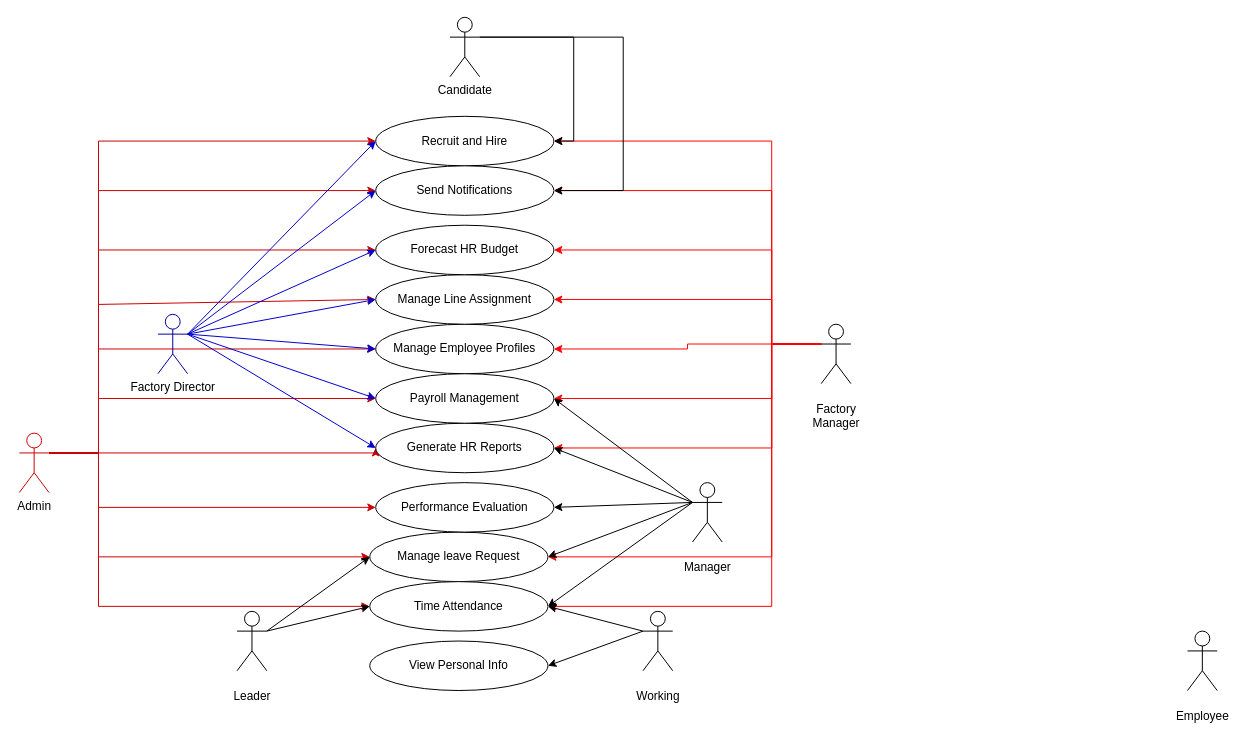
Earlier version of the draw.io diagram page "UC2" (2 of 2) of MayProHR.drawio (BuiCongTu/MayProHR). Source tidied: cells renumbered, new cells numbered last; positions are measured from the earlier drawing's top-left corner, leaving out a move shared by most shapes. Both pictures are drawn from the tidied source at 99%, with x=0, y=0 at pixel (19, 17).
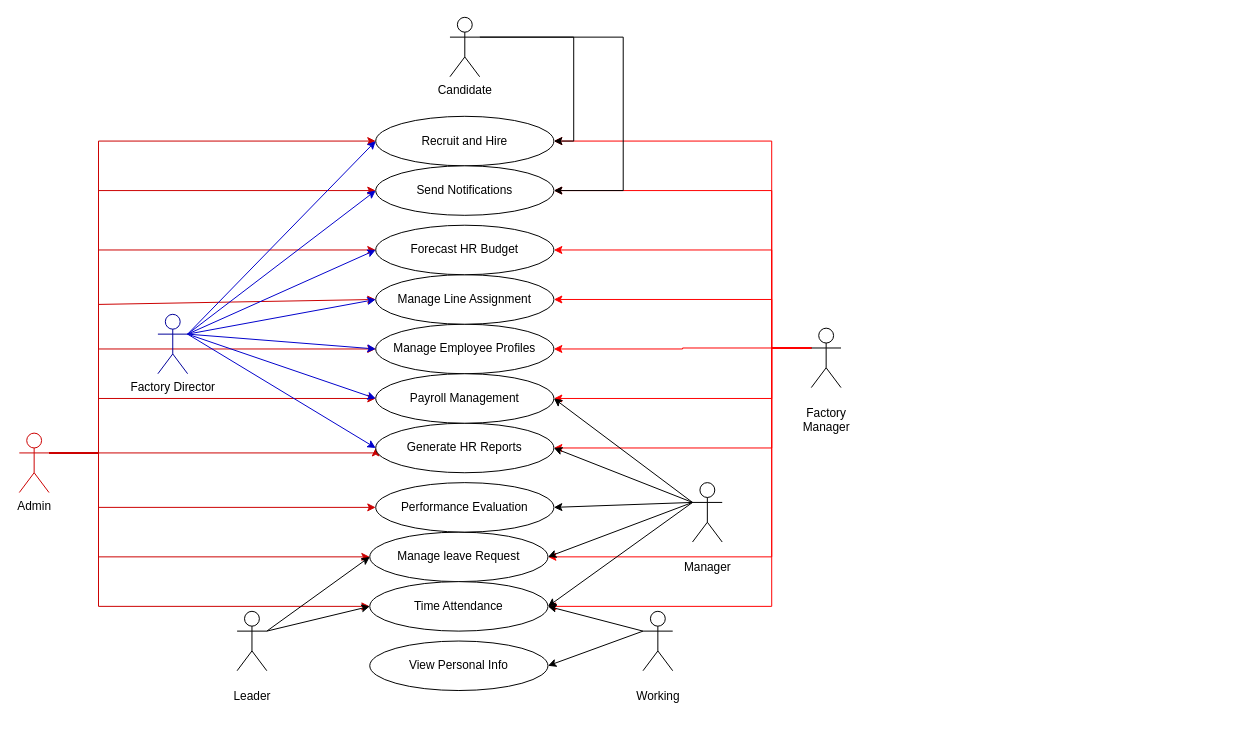
The same page after the edit.

The change refers to these unchanged cells:
```xml
<mxCell id="12" value="&lt;p style=&quot;white-space-collapse: preserve;&quot; dir=&quot;auto&quot;&gt;Recruit and Hire&lt;/p&gt;" style="ellipse;whiteSpace=wrap;html=1;" parent="1" vertex="1">
  <mxGeometry x="360" y="100" width="180" height="50" as="geometry" />
</mxCell>
<mxCell id="14" value="&lt;p style=&quot;white-space-collapse: preserve;&quot; dir=&quot;auto&quot;&gt;Generate HR Reports&lt;/p&gt;" style="ellipse;whiteSpace=wrap;html=1;" parent="1" vertex="1">
  <mxGeometry x="360" y="410" width="180" height="50" as="geometry" />
</mxCell>
<mxCell id="15" value="&lt;p style=&quot;white-space-collapse: preserve;&quot; dir=&quot;auto&quot;&gt;Payroll Management&lt;/p&gt;" style="ellipse;whiteSpace=wrap;html=1;" parent="1" vertex="1">
  <mxGeometry x="360" y="360" width="180" height="50" as="geometry" />
</mxCell>
<mxCell id="17" value="&lt;p style=&quot;white-space-collapse: preserve;&quot; dir=&quot;auto&quot;&gt;Manage leave Request&lt;/p&gt;" style="ellipse;whiteSpace=wrap;html=1;" parent="1" vertex="1">
  <mxGeometry x="354" y="520" width="180" height="50" as="geometry" />
</mxCell>
<mxCell id="32" value="&lt;p style=&quot;white-space-collapse: preserve;&quot; dir=&quot;auto&quot;&gt;Send Notifications&lt;/p&gt;" style="ellipse;whiteSpace=wrap;html=1;" parent="1" vertex="1">
  <mxGeometry x="360" y="150" width="180" height="50" as="geometry" />
</mxCell>
<mxCell id="33" value="&lt;p style=&quot;white-space-collapse: preserve;&quot; dir=&quot;auto&quot;&gt;Manage Line Assignment&lt;/p&gt;" style="ellipse;whiteSpace=wrap;html=1;" parent="1" vertex="1">
  <mxGeometry x="360" y="260" width="180" height="50" as="geometry" />
</mxCell>
<mxCell id="36" value="&lt;p style=&quot;white-space-collapse: preserve;&quot; dir=&quot;auto&quot;&gt;Forecast HR Budget&lt;/p&gt;" style="ellipse;whiteSpace=wrap;html=1;" parent="1" vertex="1">
  <mxGeometry x="360" y="210" width="180" height="50" as="geometry" />
</mxCell>
<mxCell id="38" value="&lt;p style=&quot;white-space-collapse: preserve;&quot; dir=&quot;auto&quot;&gt;Time Attendance&lt;/p&gt;" style="ellipse;whiteSpace=wrap;html=1;" parent="1" vertex="1">
  <mxGeometry x="354" y="570" width="180" height="50" as="geometry" />
</mxCell>
```

What changed in the source:
```diff
@@
     <mxCell id="18" style="edgeStyle=orthogonalEdgeStyle;rounded=0;jettySize=auto;html=1;exitX=0;exitY=0.3333333333333333;exitDx=0;exitDy=0;exitPerimeter=0;entryX=1;entryY=0.5;entryDx=0;entryDy=0;strokeColor=#FF0000;" parent="1" edge="1" source="27" target="32">
       <mxGeometry relative="1" as="geometry">
         <Array as="points">
-          <mxPoint x="760" y="330" />
+          <mxPoint x="760" y="334" />
           <mxPoint x="760" y="175" />
         </Array>
       </mxGeometry>
     </mxCell>
     <mxCell id="19" style="edgeStyle=orthogonalEdgeStyle;rounded=0;jettySize=auto;html=1;exitX=0;exitY=0.3333333333333333;exitDx=0;exitDy=0;exitPerimeter=0;entryX=1;entryY=0.5;entryDx=0;entryDy=0;strokeColor=#FF0000;" parent="1" edge="1" source="27" target="12">
       <mxGeometry relative="1" as="geometry">
         <Array as="points">
-          <mxPoint x="760" y="330" />
+          <mxPoint x="760" y="334" />
           <mxPoint x="760" y="125" />
         </Array>
       </mxGeometry>
     </mxCell>
     <mxCell id="20" style="edgeStyle=orthogonalEdgeStyle;rounded=0;jettySize=auto;html=1;exitX=0;exitY=0.3333333333333333;exitDx=0;exitDy=0;exitPerimeter=0;entryX=1;entryY=0.5;entryDx=0;entryDy=0;strokeColor=#FF0000;" parent="1" edge="1" source="27" target="36">
       <mxGeometry relative="1" as="geometry">
         <Array as="points">
-          <mxPoint x="760" y="330" />
+          <mxPoint x="760" y="334" />
           <mxPoint x="760" y="235" />
         </Array>
       </mxGeometry>
     </mxCell>
     <mxCell id="21" style="edgeStyle=orthogonalEdgeStyle;rounded=0;jettySize=auto;html=1;exitX=0;exitY=0.3333333333333333;exitDx=0;exitDy=0;exitPerimeter=0;strokeColor=#FF0000;" parent="1" edge="1" source="27" target="14">
       <mxGeometry relative="1" as="geometry">
         <Array as="points">
-          <mxPoint x="760" y="330" />
+          <mxPoint x="760" y="334" />
           <mxPoint x="760" y="435" />
         </Array>
       </mxGeometry>
     </mxCell>
@@
     <mxCell id="23" style="edgeStyle=orthogonalEdgeStyle;rounded=0;jettySize=auto;html=1;exitX=0;exitY=0.3333333333333333;exitDx=0;exitDy=0;exitPerimeter=0;entryX=1;entryY=0.5;entryDx=0;entryDy=0;strokeColor=#FF0000;" parent="1" edge="1" source="27" target="15">
       <mxGeometry relative="1" as="geometry">
         <Array as="points">
-          <mxPoint x="760" y="330" />
+          <mxPoint x="760" y="334" />
           <mxPoint x="760" y="385" />
         </Array>
       </mxGeometry>
     </mxCell>
     <mxCell id="24" style="edgeStyle=orthogonalEdgeStyle;rounded=0;jettySize=auto;html=1;exitX=0;exitY=0.3333333333333333;exitDx=0;exitDy=0;exitPerimeter=0;entryX=1;entryY=0.5;entryDx=0;entryDy=0;strokeColor=#FF0000;" parent="1" edge="1" source="27" target="33">
       <mxGeometry relative="1" as="geometry">
         <Array as="points">
-          <mxPoint x="760" y="330" />
+          <mxPoint x="760" y="334" />
           <mxPoint x="760" y="285" />
         </Array>
       </mxGeometry>
     </mxCell>
     <mxCell id="25" style="edgeStyle=orthogonalEdgeStyle;rounded=0;jettySize=auto;html=1;exitX=0;exitY=0.3333333333333333;exitDx=0;exitDy=0;exitPerimeter=0;entryX=1;entryY=0.5;entryDx=0;entryDy=0;strokeColor=#FF0000;" parent="1" edge="1" source="27" target="17">
       <mxGeometry relative="1" as="geometry">
         <Array as="points">
-          <mxPoint x="760" y="330" />
+          <mxPoint x="760" y="334" />
           <mxPoint x="760" y="545" />
         </Array>
       </mxGeometry>
     </mxCell>
     <mxCell id="26" style="edgeStyle=orthogonalEdgeStyle;rounded=0;jettySize=auto;html=1;exitX=0;exitY=0.3333333333333333;exitDx=0;exitDy=0;exitPerimeter=0;entryX=1;entryY=0.5;entryDx=0;entryDy=0;strokeColor=#FF0000;" parent="1" edge="1" source="27" target="38">
       <mxGeometry relative="1" as="geometry">
         <Array as="points">
-          <mxPoint x="760" y="330" />
+          <mxPoint x="760" y="334" />
           <mxPoint x="760" y="595" />
         </Array>
       </mxGeometry>
     </mxCell>
     <mxCell id="27" value="&lt;p style=&quot;white-space: pre-wrap;&quot; dir=&quot;auto&quot;&gt;Factory Manager&lt;/p&gt;" style="shape=umlActor;verticalLabelPosition=bottom;verticalAlign=top;html=1;outlineConnect=0;" parent="1" vertex="1">
-      <mxGeometry x="810" y="310" width="30" height="60" as="geometry" />
+      <mxGeometry x="800" y="314" width="30" height="60" as="geometry" />
     </mxCell>
@@
-    <mxCell id="37" value="&lt;p style=&quot;white-space: pre-wrap;&quot; dir=&quot;auto&quot;&gt;Employee&lt;/p&gt;" style="shape=umlActor;verticalLabelPosition=bottom;verticalAlign=top;html=1;" parent="1" vertex="1">
-      <mxGeometry x="1180" y="620" width="30" height="60" as="geometry" />
-    </mxCell>
```
